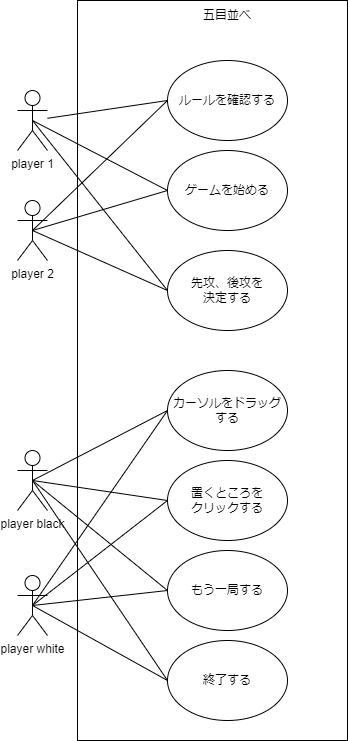
Before: usecase.drawio.png, a diagram exported from draw.io (arashi6FNSM/-4-15). Source tidied: cells renumbered, new cells last; positions are measured from the earlier drawing's top-left corner, leaving out a move shared by most shapes.
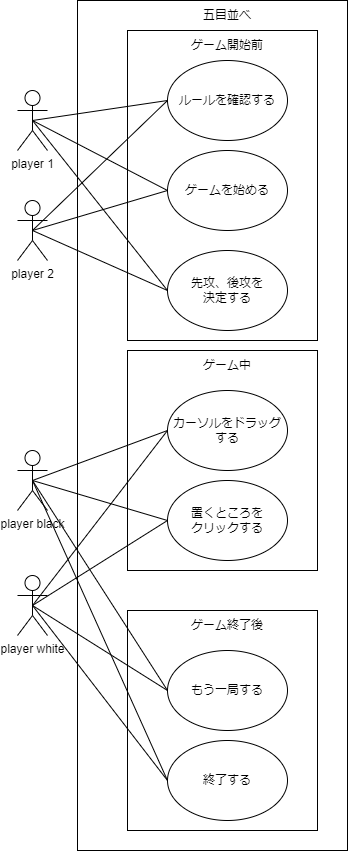
Later version of the same file.

Change to the diagram source:
```diff
@@ -15,8 +15,11 @@
       <mxGeometry y="575" width="30" height="60" as="geometry" />
     </mxCell>
     <mxCell id="6" style="whiteSpace=wrap;html=1;" parent="1" vertex="1">
-      <mxGeometry x="60" width="270" height="740" as="geometry" />
+      <mxGeometry x="60" width="270" height="850" as="geometry" />
     </mxCell>
+    <mxCell id="29" style="whiteSpace=wrap;html=1;" parent="1" vertex="1">
+      <mxGeometry x="110" y="30" width="190" height="310" as="geometry" />
+    </mxCell>
     <mxCell id="7" value="ルールを確認する" style="ellipse;whiteSpace=wrap;html=1;" parent="1" vertex="1">
       <mxGeometry x="150" y="60" width="120" height="80" as="geometry" />
     </mxCell>
@@ -26,11 +29,14 @@
     <mxCell id="9" value="先攻、後攻を&lt;br&gt;決定する" style="ellipse;whiteSpace=wrap;html=1;" parent="1" vertex="1">
       <mxGeometry x="150" y="250" width="120" height="80" as="geometry" />
     </mxCell>
+    <mxCell id="30" style="whiteSpace=wrap;html=1;" parent="1" vertex="1">
+      <mxGeometry x="110" y="350" width="190" height="220" as="geometry" />
+    </mxCell>
     <mxCell id="10" value="カーソルをドラッグする" style="ellipse;whiteSpace=wrap;html=1;" parent="1" vertex="1">
-      <mxGeometry x="150" y="370" width="120" height="80" as="geometry" />
+      <mxGeometry x="150" y="390" width="120" height="80" as="geometry" />
     </mxCell>
     <mxCell id="11" value="置くところを&lt;br&gt;クリックする" style="ellipse;whiteSpace=wrap;html=1;" parent="1" vertex="1">
-      <mxGeometry x="150" y="460" width="120" height="80" as="geometry" />
+      <mxGeometry x="150" y="480" width="120" height="80" as="geometry" />
     </mxCell>
     <mxCell id="12" style="endArrow=none;html=1;entryX=0.5;entryY=0.5;entryDx=0;entryDy=0;exitX=0;exitY=0.5;exitDx=0;exitDy=0;entryPerimeter=0;" parent="1" edge="1" source="8" target="2">
       <mxGeometry relative="1" as="geometry" />
@@ -56,14 +62,17 @@
     <mxCell id="19" style="endArrow=none;html=1;exitX=0.5;exitY=0.5;exitDx=0;exitDy=0;exitPerimeter=0;entryX=0;entryY=0.5;entryDx=0;entryDy=0;" parent="1" edge="1" source="5" target="10">
       <mxGeometry relative="1" as="geometry" />
     </mxCell>
+    <mxCell id="31" style="whiteSpace=wrap;html=1;" parent="1" vertex="1">
+      <mxGeometry x="110" y="610" width="190" height="220" as="geometry" />
+    </mxCell>
     <mxCell id="20" style="endArrow=none;html=1;exitX=0.5;exitY=0.5;exitDx=0;exitDy=0;exitPerimeter=0;entryX=0;entryY=0.5;entryDx=0;entryDy=0;" parent="1" edge="1" source="5" target="11">
       <mxGeometry relative="1" as="geometry" />
     </mxCell>
     <mxCell id="21" value="もう一局する" style="ellipse;whiteSpace=wrap;html=1;" parent="1" vertex="1">
-      <mxGeometry x="150" y="550" width="120" height="80" as="geometry" />
+      <mxGeometry x="150" y="650" width="120" height="80" as="geometry" />
     </mxCell>
     <mxCell id="22" value="終了する" style="ellipse;whiteSpace=wrap;html=1;" parent="1" vertex="1">
-      <mxGeometry x="150" y="640" width="120" height="80" as="geometry" />
+      <mxGeometry x="150" y="740" width="120" height="80" as="geometry" />
     </mxCell>
     <mxCell id="23" style="endArrow=none;html=1;exitX=0.5;exitY=0.5;exitDx=0;exitDy=0;exitPerimeter=0;entryX=0;entryY=0.5;entryDx=0;entryDy=0;" parent="1" edge="1" source="4" target="21">
       <mxGeometry relative="1" as="geometry" />
@@ -83,5 +92,14 @@
     <mxCell id="28" style="endArrow=none;html=1;exitX=0.5;exitY=0.5;exitDx=0;exitDy=0;exitPerimeter=0;entryX=0;entryY=0.5;entryDx=0;entryDy=0;" parent="1" edge="1" source="2" target="9">
       <mxGeometry relative="1" as="geometry" />
     </mxCell>
+    <mxCell id="32" value="ゲーム開始前" style="text;html=1;strokeColor=none;fillColor=none;align=center;verticalAlign=middle;whiteSpace=wrap;rounded=0;" parent="1" vertex="1">
+      <mxGeometry x="170" y="30" width="80" height="30" as="geometry" />
+    </mxCell>
+    <mxCell id="33" value="ゲーム中" style="text;html=1;strokeColor=none;fillColor=none;align=center;verticalAlign=middle;whiteSpace=wrap;rounded=0;" parent="1" vertex="1">
+      <mxGeometry x="180" y="350" width="60" height="30" as="geometry" />
+    </mxCell>
+    <mxCell id="34" value="ゲーム終了後" style="text;html=1;strokeColor=none;fillColor=none;align=center;verticalAlign=middle;whiteSpace=wrap;rounded=0;" parent="1" vertex="1">
+      <mxGeometry x="170" y="610" width="80" height="30" as="geometry" />
+    </mxCell>
   </root>
 </mxGraphModel>
```
